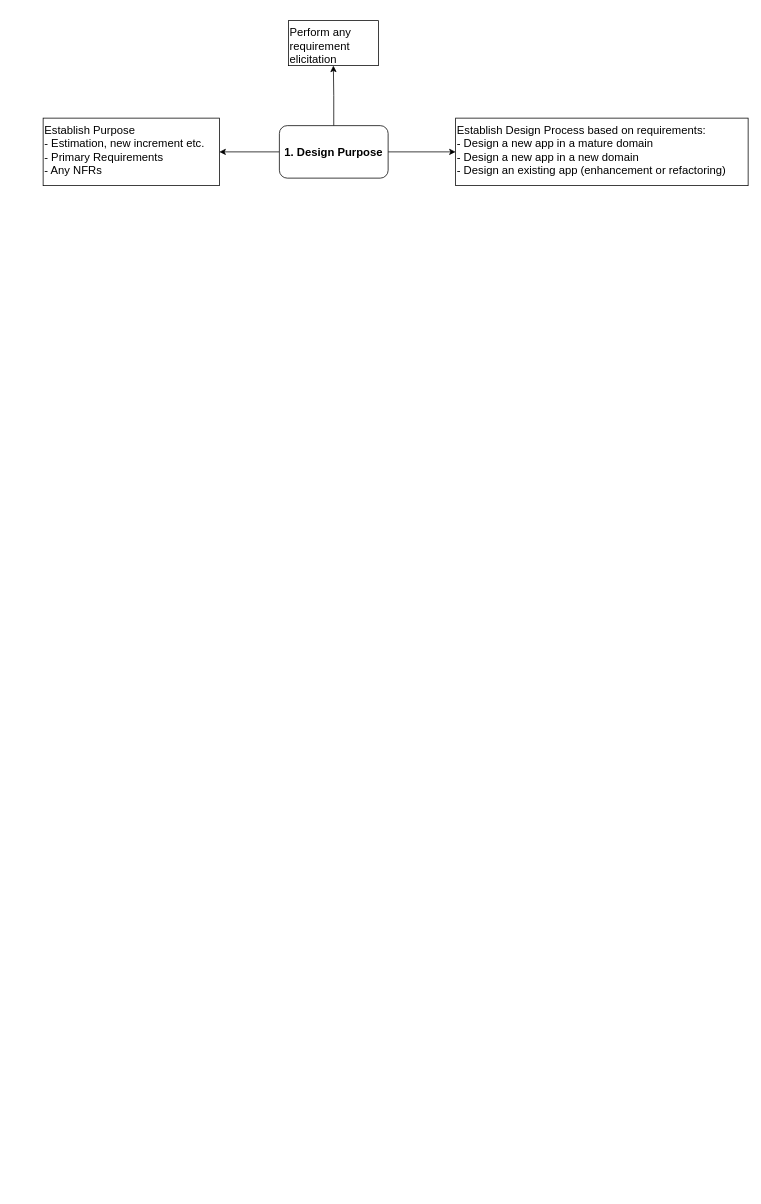
This is page "1.DesignPurpose" (2 of 2) of SolutionArchitectureProcess.drawio from Gaur4vGaur/probable-octo, a draw.io file, before an edit. Source tidied: cells renumbered, new cells numbered last; positions are measured from the earlier drawing's top-left corner, leaving out a move shared by most shapes. Both pictures are drawn from the tidied source at 75%, with x=0, y=0 at pixel (43, 20).
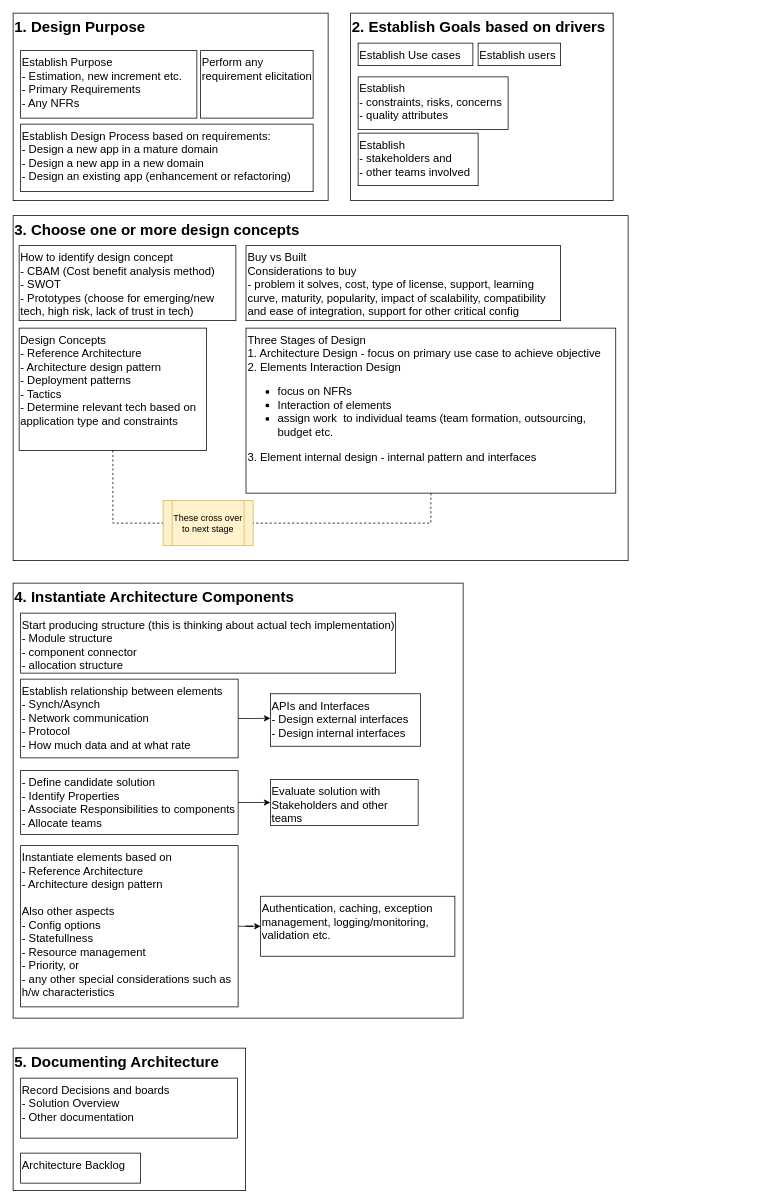
Above is the later version.

The edit, as a diff of the source:
```diff
@@
-    <mxCell id="2" style="edgeStyle=orthogonalEdgeStyle;rounded=0;jettySize=auto;html=1;fontFamily=Helvetica;fontSize=15;fontColor=default;" parent="1" edge="1" source="5" target="6">
-      <mxGeometry relative="1" as="geometry" />
-    </mxCell>
-    <mxCell id="3" style="edgeStyle=orthogonalEdgeStyle;rounded=0;jettySize=auto;html=1;fontFamily=Helvetica;fontSize=15;fontColor=default;" parent="1" edge="1" source="5" target="7">
-      <mxGeometry relative="1" as="geometry" />
-    </mxCell>
-    <mxCell id="4" style="edgeStyle=orthogonalEdgeStyle;rounded=0;jettySize=auto;html=1;fontFamily=Helvetica;fontSize=15;fontColor=default;" parent="1" edge="1" source="5" target="8">
-      <mxGeometry relative="1" as="geometry" />
-    </mxCell>
+    <mxCell id="9" style="group;" parent="1" vertex="1">
+      <mxGeometry x="-40" y="-10" width="420" height="250" as="geometry" />
+    </mxCell>
-    <mxCell id="5" value="1. Design Purpose" style="rounded=1;whiteSpace=wrap;html=1;fontSize=15;fontStyle=1;" parent="1" vertex="1">
-      <mxGeometry x="315" y="140" width="145" height="70" as="geometry" />
+    <mxCell id="5" value="&lt;b&gt;&lt;font style=&quot;font-size: 20px;&quot;&gt;1. Design Purpose&lt;/font&gt;&lt;/b&gt;" style="rounded=0;whiteSpace=wrap;html=1;align=left;verticalAlign=top;" parent="9" vertex="1">
+      <mxGeometry width="420" height="250" as="geometry" />
     </mxCell>
-    <mxCell id="6" value="&lt;span style=&quot;font-weight: normal;&quot;&gt;Establish Purpose&lt;br&gt;- Estimation, new increment etc.&lt;br&gt;- Primary Requirements&lt;br&gt;- Any NFRs&lt;br&gt;&lt;/span&gt;" style="whiteSpace=wrap;html=1;fontSize=15;rounded=0;fontStyle=1;align=left;verticalAlign=top;" parent="1" vertex="1">
-      <mxGeometry y="130" width="235" height="90" as="geometry" />
+    <mxCell id="6" value="&lt;span style=&quot;font-weight: normal;&quot;&gt;Establish Purpose&lt;br&gt;- Estimation, new increment etc.&lt;br&gt;- Primary Requirements&lt;br&gt;- Any NFRs&lt;br&gt;&lt;/span&gt;" style="whiteSpace=wrap;html=1;fontSize=15;rounded=0;fontStyle=1;align=left;verticalAlign=top;" parent="9" vertex="1">
+      <mxGeometry x="10" y="50" width="235" height="90" as="geometry" />
     </mxCell>
-    <mxCell id="7" value="Perform any requirement elicitation" style="whiteSpace=wrap;html=1;fontSize=15;rounded=0;fontStyle=0;align=left;verticalAlign=top;" parent="1" vertex="1">
-      <mxGeometry x="327" width="120" height="60" as="geometry" />
+    <mxCell id="7" value="Perform any requirement elicitation" style="whiteSpace=wrap;html=1;fontSize=15;rounded=0;fontStyle=0;align=left;verticalAlign=top;" parent="9" vertex="1">
+      <mxGeometry x="250" y="50" width="150" height="90" as="geometry" />
     </mxCell>
-    <mxCell id="8" value="&lt;span style=&quot;font-weight: normal;&quot;&gt;Establish Design Process based on requirements:&lt;br&gt;- Design a new app in a mature domain&lt;br&gt;- Design a new app in a new domain&lt;br&gt;- Design an existing app (enhancement or refactoring)&lt;br&gt;&lt;/span&gt;" style="whiteSpace=wrap;html=1;fontSize=15;rounded=0;fontStyle=1;align=left;verticalAlign=top;" parent="1" vertex="1">
-      <mxGeometry x="550" y="130" width="390" height="90" as="geometry" />
+    <mxCell id="8" value="&lt;span style=&quot;font-weight: normal;&quot;&gt;Establish Design Process based on requirements:&lt;br&gt;- Design a new app in a mature domain&lt;br&gt;- Design a new app in a new domain&lt;br&gt;- Design an existing app (enhancement or refactoring)&lt;br&gt;&lt;/span&gt;" style="whiteSpace=wrap;html=1;fontSize=15;rounded=0;fontStyle=1;align=left;verticalAlign=top;" parent="9" vertex="1">
+      <mxGeometry x="10" y="148" width="390" height="90" as="geometry" />
     </mxCell>
+    <mxCell id="10" value="&lt;b&gt;4. Instantiate Architecture Components&lt;/b&gt;" style="rounded=0;whiteSpace=wrap;html=1;align=left;verticalAlign=top;fontSize=20;" parent="1" vertex="1">
+      <mxGeometry x="-40" y="750" width="600" height="580" as="geometry" />
+    </mxCell>
+    <mxCell id="11" style="group;" parent="1" vertex="1">
+      <mxGeometry x="-40" y="260" width="820" height="460" as="geometry" />
+    </mxCell>
+    <mxCell id="12" value="&lt;b&gt;3. Choose one or more design concepts&lt;/b&gt;" style="rounded=0;whiteSpace=wrap;html=1;align=left;verticalAlign=top;fontSize=20;" parent="11" vertex="1">
+      <mxGeometry width="820" height="460" as="geometry" />
+    </mxCell>
+    <mxCell id="13" value="&lt;span style=&quot;font-weight: normal;&quot;&gt;Buy vs Built&lt;br&gt;Considerations to buy&lt;br&gt;- problem it solves, cost, type of license, support, learning curve, maturity, popularity, impact of scalability, compatibility and ease of integration, support for other critical config&lt;br&gt;&lt;/span&gt;" style="whiteSpace=wrap;html=1;fontSize=15;rounded=0;fontStyle=1;align=left;verticalAlign=top;" parent="11" vertex="1">
+      <mxGeometry x="310.5" y="40" width="419.5" height="100" as="geometry" />
+    </mxCell>
+    <mxCell id="14" value="How to identify design concept&lt;br&gt;- CBAM (Cost benefit analysis method)&lt;br&gt;- SWOT&lt;br&gt;- Prototypes (choose for emerging/new tech, high risk, lack of trust in tech)" style="whiteSpace=wrap;html=1;fontSize=15;rounded=0;fontStyle=0;align=left;verticalAlign=top;" parent="11" vertex="1">
+      <mxGeometry x="8" y="40" width="289" height="100" as="geometry" />
+    </mxCell>
+    <mxCell id="15" value="&lt;span style=&quot;font-weight: normal;&quot;&gt;Three Stages of Design&lt;br&gt;1. Architecture Design - focus on primary use case to achieve objective&lt;br&gt;2. Elements Interaction Design&lt;br&gt;&lt;ul&gt;&lt;li&gt;&lt;span style=&quot;font-weight: normal;&quot;&gt;focus on NFRs&lt;/span&gt;&lt;/li&gt;&lt;li&gt;&lt;span style=&quot;font-weight: normal;&quot;&gt;Interaction of elements&lt;/span&gt;&lt;/li&gt;&lt;li&gt;&lt;span style=&quot;font-weight: normal;&quot;&gt;assign work&amp;nbsp; to individual teams (team formation, outsourcing, budget etc.&lt;/span&gt;&lt;/li&gt;&lt;/ul&gt;&lt;div&gt;3. Element internal design - internal pattern and interfaces&lt;/div&gt;&lt;/span&gt;" style="whiteSpace=wrap;html=1;fontSize=15;rounded=0;fontStyle=1;align=left;verticalAlign=top;" parent="11" vertex="1">
+      <mxGeometry x="310.5" y="150" width="493" height="220" as="geometry" />
+    </mxCell>
+    <mxCell id="16" value="&lt;span style=&quot;font-weight: normal;&quot;&gt;Design Concepts&lt;br&gt;- Reference Architecture&lt;br&gt;- Architecture design pattern&lt;br&gt;- Deployment patterns&lt;br&gt;- Tactics&lt;br&gt;- Determine relevant tech based on application type and constraints&lt;br&gt;&lt;/span&gt;" style="whiteSpace=wrap;html=1;fontSize=15;rounded=0;fontStyle=1;align=left;verticalAlign=top;" parent="11" vertex="1">
+      <mxGeometry x="8" y="150" width="250" height="163" as="geometry" />
+    </mxCell>
+    <mxCell id="17" value="These cross over to next stage" style="shape=process;whiteSpace=wrap;html=1;backgroundOutline=1;fillColor=#fff2cc;strokeColor=#d6b656;" parent="11" vertex="1">
+      <mxGeometry x="200" y="380" width="120" height="60" as="geometry" />
+    </mxCell>
+    <mxCell id="18" style="edgeStyle=orthogonalEdgeStyle;rounded=0;jettySize=auto;html=1;entryX=1;entryY=0.5;entryDx=0;entryDy=0;endArrow=none;endFill=0;dashed=1;" parent="11" edge="1" source="15" target="17">
+      <mxGeometry relative="1" as="geometry" />
+    </mxCell>
+    <mxCell id="19" style="edgeStyle=orthogonalEdgeStyle;rounded=0;jettySize=auto;html=1;entryX=0;entryY=0.5;entryDx=0;entryDy=0;exitX=0.5;exitY=1;exitDx=0;exitDy=0;endArrow=none;endFill=0;dashed=1;" parent="11" edge="1" source="16" target="17">
+      <mxGeometry relative="1" as="geometry" />
+    </mxCell>
+    <mxCell id="20" style="group;" parent="1" vertex="1">
+      <mxGeometry x="410" y="-10" width="350" height="250" as="geometry" />
+    </mxCell>
+    <mxCell id="21" value="&lt;b&gt;&lt;font style=&quot;font-size: 20px;&quot;&gt;2. Establish Goals based on drivers&lt;/font&gt;&lt;/b&gt;" style="rounded=0;whiteSpace=wrap;html=1;align=left;verticalAlign=top;" parent="20" vertex="1">
+      <mxGeometry width="350" height="250" as="geometry" />
+    </mxCell>
+    <mxCell id="22" value="&lt;span style=&quot;font-weight: normal;&quot;&gt;Establish users&lt;br&gt;&lt;/span&gt;" style="whiteSpace=wrap;html=1;fontSize=15;rounded=0;fontStyle=1;align=left;verticalAlign=top;" parent="20" vertex="1">
+      <mxGeometry x="170" y="40" width="110" height="30" as="geometry" />
+    </mxCell>
+    <mxCell id="23" value="Establish Use cases" style="whiteSpace=wrap;html=1;fontSize=15;rounded=0;fontStyle=0;align=left;verticalAlign=top;" parent="20" vertex="1">
+      <mxGeometry x="10" y="40" width="153" height="30" as="geometry" />
+    </mxCell>
+    <mxCell id="24" value="&lt;span style=&quot;font-weight: normal;&quot;&gt;Establish&lt;br&gt;- constraints, risks, concerns&lt;br&gt;- quality attributes&lt;br&gt;&lt;/span&gt;" style="whiteSpace=wrap;html=1;fontSize=15;rounded=0;fontStyle=1;align=left;verticalAlign=top;" parent="20" vertex="1">
+      <mxGeometry x="10" y="85" width="200" height="70" as="geometry" />
+    </mxCell>
+    <mxCell id="25" value="&lt;span style=&quot;font-weight: normal;&quot;&gt;Establish&lt;br&gt;- stakeholders and&lt;br&gt;- other teams involved&lt;br&gt;&lt;/span&gt;" style="whiteSpace=wrap;html=1;fontSize=15;rounded=0;fontStyle=1;align=left;verticalAlign=top;" parent="20" vertex="1">
+      <mxGeometry x="10" y="160" width="160" height="70" as="geometry" />
+    </mxCell>
+    <mxCell id="26" value="APIs and Interfaces&lt;br&gt;- Design external interfaces&lt;br&gt;- Design internal interfaces" style="whiteSpace=wrap;html=1;fontSize=15;rounded=0;fontStyle=0;align=left;verticalAlign=top;" parent="1" vertex="1">
+      <mxGeometry x="303" y="897.5" width="200" height="70" as="geometry" />
+    </mxCell>
+    <mxCell id="27" value="Start producing structure (this is thinking about actual tech implementation)&lt;br&gt;- Module structure&lt;br&gt;- component connector&lt;br&gt;- allocation structure" style="whiteSpace=wrap;html=1;fontSize=15;rounded=0;fontStyle=0;align=left;verticalAlign=top;" parent="1" vertex="1">
+      <mxGeometry x="-30" y="790" width="500" height="80" as="geometry" />
+    </mxCell>
+    <mxCell id="28" value="&lt;span style=&quot;&quot;&gt;Establish relationship between elements&lt;br&gt;&lt;/span&gt;&lt;span style=&quot;&quot;&gt;- Synch/Asynch&lt;br&gt;&lt;/span&gt;- Network communication&lt;br&gt;- Protocol&lt;br&gt;- How much data and at what rate" style="whiteSpace=wrap;html=1;fontSize=15;rounded=0;fontStyle=0;align=left;verticalAlign=top;" parent="1" vertex="1">
+      <mxGeometry x="-30" y="878" width="290" height="105" as="geometry" />
+    </mxCell>
+    <mxCell id="29" style="edgeStyle=orthogonalEdgeStyle;rounded=0;jettySize=auto;html=1;" parent="1" edge="1" source="30" target="34">
+      <mxGeometry relative="1" as="geometry" />
+    </mxCell>
+    <mxCell id="30" value="&lt;span style=&quot;font-weight: normal;&quot;&gt;Instantiate elements based on&lt;br&gt;- Reference Architecture&lt;br&gt;- Architecture design pattern&lt;br&gt;&lt;br&gt;Also other aspects&lt;br&gt;- Config options&lt;br&gt;- Statefullness&lt;br&gt;- Resource management&lt;br&gt;- Priority, or&lt;br&gt;- any other special considerations such as h/w characteristics&lt;br&gt;&lt;br&gt;&lt;/span&gt;" style="whiteSpace=wrap;html=1;fontSize=15;rounded=0;fontStyle=1;align=left;verticalAlign=top;" parent="1" vertex="1">
+      <mxGeometry x="-30" y="1100" width="290" height="215" as="geometry" />
+    </mxCell>
+    <mxCell id="31" style="edgeStyle=orthogonalEdgeStyle;rounded=0;jettySize=auto;html=1;entryX=0;entryY=0.467;entryDx=0;entryDy=0;entryPerimeter=0;" parent="1" edge="1" source="28" target="26">
+      <mxGeometry relative="1" as="geometry" />
+    </mxCell>
+    <mxCell id="32" style="edgeStyle=orthogonalEdgeStyle;rounded=0;jettySize=auto;html=1;" parent="1" edge="1" source="33" target="35">
+      <mxGeometry relative="1" as="geometry" />
+    </mxCell>
+    <mxCell id="33" value="- Define candidate solution&lt;br&gt;- Identify Properties&lt;br&gt;- Associate Responsibilities to components&lt;br&gt;- Allocate teams" style="whiteSpace=wrap;html=1;fontSize=15;rounded=0;fontStyle=0;align=left;verticalAlign=top;" parent="1" vertex="1">
+      <mxGeometry x="-30" y="1000" width="290" height="85" as="geometry" />
+    </mxCell>
+    <mxCell id="34" value="&lt;span style=&quot;font-weight: normal;&quot;&gt;Authentication, caching, exception management, logging/monitoring, validation etc.&lt;br&gt;&lt;/span&gt;" style="whiteSpace=wrap;html=1;fontSize=15;rounded=0;fontStyle=1;align=left;verticalAlign=top;" parent="1" vertex="1">
+      <mxGeometry x="290" y="1167.5" width="259" height="80" as="geometry" />
+    </mxCell>
+    <mxCell id="35" value="Evaluate solution with Stakeholders and other teams" style="whiteSpace=wrap;html=1;fontSize=15;rounded=0;fontStyle=0;align=left;verticalAlign=top;" parent="1" vertex="1">
+      <mxGeometry x="303" y="1012" width="197" height="61" as="geometry" />
+    </mxCell>
+    <mxCell id="36" value="&lt;b&gt;5. Documenting Architecture&lt;/b&gt;" style="rounded=0;whiteSpace=wrap;html=1;align=left;verticalAlign=top;fontSize=20;" parent="1" vertex="1">
+      <mxGeometry x="-40" y="1370" width="310" height="190" as="geometry" />
+    </mxCell>
+    <mxCell id="37" value="Record Decisions and boards&lt;br&gt;- Solution Overview&lt;br&gt;- Other documentation" style="whiteSpace=wrap;html=1;fontSize=15;rounded=0;fontStyle=0;align=left;verticalAlign=top;" parent="1" vertex="1">
+      <mxGeometry x="-30" y="1410" width="289" height="80" as="geometry" />
+    </mxCell>
+    <mxCell id="38" value="Architecture Backlog" style="whiteSpace=wrap;html=1;fontSize=15;rounded=0;fontStyle=0;align=left;verticalAlign=top;" parent="1" vertex="1">
+      <mxGeometry x="-30" y="1510" width="160" height="40" as="geometry" />
+    </mxCell>
```
